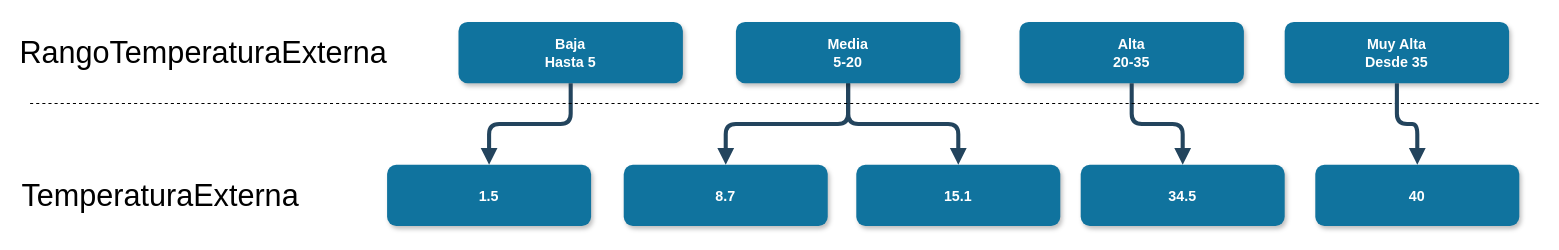
Above: 2. Diseño conceptual/temperaturaexterna_example.drawio in gonzalomelov/dw-calidad-aire-docs (draw.io), before the change. Source tidied: cells renumbered, new cells numbered last; positions are measured from the earlier drawing's top-left corner, leaving out a move shared by most shapes. Both pictures are drawn from the tidied source at 102%, with x=0, y=0 at pixel (17, 21).
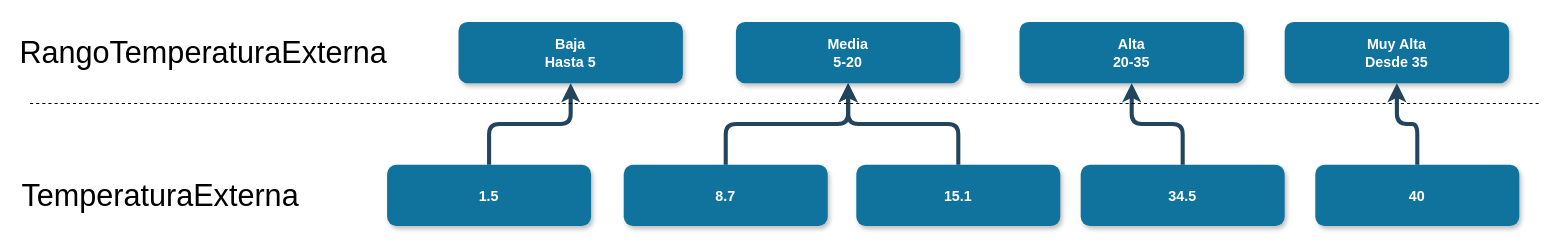
The same page after the edit.

Diff of the diagram source:
```diff
@@
 <mxGraphModel background="#ffffff">
   <root>
     <mxCell id="0" />
     <mxCell id="1" parent="0" />
     <mxCell id="2" value="Baja&#10;Hasta 5" style="rounded=1;fillColor=#10739E;strokeColor=none;shadow=1;gradientColor=none;fontStyle=1;fontColor=#FFFFFF;fontSize=14;" parent="1" vertex="1">
       <mxGeometry x="432" width="220" height="60" as="geometry" />
     </mxCell>
     <mxCell id="3" value="1.5" style="rounded=1;fillColor=#10739E;strokeColor=none;shadow=1;gradientColor=none;fontStyle=1;fontColor=#FFFFFF;fontSize=14;" parent="1" vertex="1">
       <mxGeometry x="362" y="140" width="200" height="60" as="geometry" />
     </mxCell>
     <mxCell id="4" value="8.7" style="rounded=1;fillColor=#10739E;strokeColor=none;shadow=1;gradientColor=none;fontStyle=1;fontColor=#FFFFFF;fontSize=14;" parent="1" vertex="1">
       <mxGeometry x="594" y="140" width="200" height="60" as="geometry" />
     </mxCell>
     <mxCell id="5" value="15.1" style="rounded=1;fillColor=#10739E;strokeColor=none;shadow=1;gradientColor=none;fontStyle=1;fontColor=#FFFFFF;fontSize=14;" parent="1" vertex="1">
       <mxGeometry x="822" y="140" width="200" height="60" as="geometry" />
     </mxCell>
-    <mxCell id="6" style="edgeStyle=elbowEdgeStyle;elbow=vertical;strokeWidth=4;endArrow=block;endFill=1;fontStyle=1;strokeColor=#23445D;exitX=0.5;exitY=1;exitDx=0;exitDy=0;" parent="1" edge="1" source="15" target="4">
+    <mxCell id="6" style="edgeStyle=elbowEdgeStyle;elbow=vertical;strokeWidth=4;endArrow=none;endFill=0;fontStyle=1;strokeColor=#23445D;exitX=0.5;exitY=1;exitDx=0;exitDy=0;startArrow=classic;startFill=1;" parent="1" edge="1" source="15" target="4">
       <mxGeometry x="-8" y="360" as="geometry" />
     </mxCell>
-    <mxCell id="7" style="edgeStyle=elbowEdgeStyle;elbow=vertical;strokeWidth=4;endArrow=block;endFill=1;fontStyle=1;strokeColor=#23445D;" parent="1" edge="1" source="2" target="3">
+    <mxCell id="7" style="edgeStyle=elbowEdgeStyle;elbow=vertical;strokeWidth=4;endArrow=none;endFill=0;fontStyle=1;strokeColor=#23445D;startArrow=classic;startFill=1;" parent="1" edge="1" source="2" target="3">
       <mxGeometry x="-8" y="360" as="geometry" />
     </mxCell>
-    <mxCell id="8" style="edgeStyle=elbowEdgeStyle;elbow=vertical;strokeWidth=4;endArrow=block;endFill=1;fontStyle=1;strokeColor=#23445D;exitX=0.5;exitY=1;exitDx=0;exitDy=0;" parent="1" edge="1" source="15" target="5">
+    <mxCell id="8" style="edgeStyle=elbowEdgeStyle;elbow=vertical;strokeWidth=4;endArrow=none;endFill=0;fontStyle=1;strokeColor=#23445D;exitX=0.5;exitY=1;exitDx=0;exitDy=0;startArrow=classic;startFill=1;" parent="1" edge="1" source="15" target="5">
       <mxGeometry x="-8" y="360" as="geometry" />
     </mxCell>
     <mxCell id="9" value="Alta&#10;20-35" style="rounded=1;fillColor=#10739E;strokeColor=none;shadow=1;gradientColor=none;fontStyle=1;fontColor=#FFFFFF;fontSize=14;" parent="1" vertex="1">
       <mxGeometry x="982" width="220" height="60" as="geometry" />
     </mxCell>
     <mxCell id="10" value="34.5" style="rounded=1;fillColor=#10739E;strokeColor=none;shadow=1;gradientColor=none;fontStyle=1;fontColor=#FFFFFF;fontSize=14;" parent="1" vertex="1">
       <mxGeometry x="1042" y="140" width="200" height="60" as="geometry" />
     </mxCell>
-    <mxCell id="11" style="edgeStyle=elbowEdgeStyle;elbow=vertical;strokeWidth=4;endArrow=block;endFill=1;fontStyle=1;strokeColor=#23445D;" parent="1" edge="1" source="9" target="10">
+    <mxCell id="11" style="edgeStyle=elbowEdgeStyle;elbow=vertical;strokeWidth=4;endArrow=none;endFill=0;fontStyle=1;strokeColor=#23445D;startArrow=classic;startFill=1;" parent="1" edge="1" source="9" target="10">
       <mxGeometry x="722" y="360" as="geometry" />
     </mxCell>
     <mxCell id="12" style="endArrow=none;dashed=1;html=1;" parent="1" edge="1">
       <mxGeometry relative="1" as="geometry">
         <mxPoint x="12" y="80" as="sourcePoint" />
         <mxPoint x="1492" y="80" as="targetPoint" />
       </mxGeometry>
     </mxCell>
     <mxCell id="13" value="&lt;font size=&quot;1&quot;&gt;&lt;span style=&quot;font-size: 30px&quot;&gt;RangoTemperaturaExterna&lt;/span&gt;&lt;/font&gt;" style="text;html=1;align=left;verticalAlign=top;spacingTop=-4;" parent="1" vertex="1">
       <mxGeometry y="10" width="380" height="20" as="geometry" />
     </mxCell>
     <mxCell id="14" value="&lt;span style=&quot;font-size: 30px&quot;&gt;TemperaturaExterna&lt;/span&gt;" style="text;html=1;align=left;verticalAlign=top;spacingTop=-4;" parent="1" vertex="1">
       <mxGeometry x="2" y="150" width="290" height="20" as="geometry" />
     </mxCell>
     <mxCell id="15" value="Media&#10;5-20" style="rounded=1;fillColor=#10739E;strokeColor=none;shadow=1;gradientColor=none;fontStyle=1;fontColor=#FFFFFF;fontSize=14;" parent="1" vertex="1">
       <mxGeometry x="704" width="220" height="60" as="geometry" />
     </mxCell>
     <mxCell id="16" value="Muy Alta&#10;Desde 35" style="rounded=1;fillColor=#10739E;strokeColor=none;shadow=1;gradientColor=none;fontStyle=1;fontColor=#FFFFFF;fontSize=14;" parent="1" vertex="1">
       <mxGeometry x="1242" width="220" height="60" as="geometry" />
     </mxCell>
     <mxCell id="17" value="40" style="rounded=1;fillColor=#10739E;strokeColor=none;shadow=1;gradientColor=none;fontStyle=1;fontColor=#FFFFFF;fontSize=14;" parent="1" vertex="1">
       <mxGeometry x="1272" y="140" width="200" height="60" as="geometry" />
     </mxCell>
-    <mxCell id="18" style="edgeStyle=elbowEdgeStyle;elbow=vertical;strokeWidth=4;endArrow=block;endFill=1;fontStyle=1;strokeColor=#23445D;entryX=0.5;entryY=0;entryDx=0;entryDy=0;exitX=0.5;exitY=1;exitDx=0;exitDy=0;" parent="1" edge="1" source="16" target="17">
+    <mxCell id="18" style="edgeStyle=elbowEdgeStyle;elbow=vertical;strokeWidth=4;endArrow=none;endFill=0;fontStyle=1;strokeColor=#23445D;entryX=0.5;entryY=0;entryDx=0;entryDy=0;exitX=0.5;exitY=1;exitDx=0;exitDy=0;startArrow=classic;startFill=1;" parent="1" edge="1" source="16" target="17">
       <mxGeometry x="732" y="370" as="geometry" />
     </mxCell>
   </root>
 </mxGraphModel>
```
